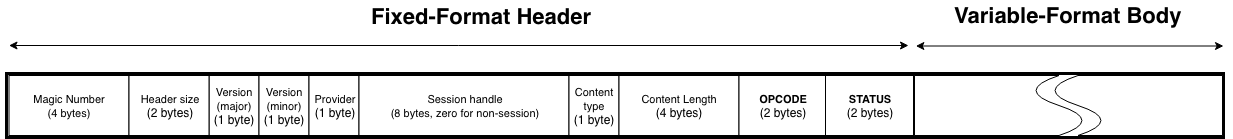
This is src/parsec_client/diagrams/wire_response.png from parallaxsecond/parsec-book, a draw.io export, as it was before one commit. Source tidied: cells renumbered, new cells last; positions are measured from the earlier drawing's top-left corner, leaving out a move shared by most shapes.
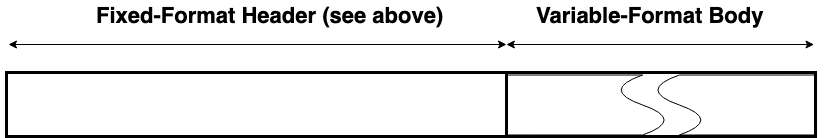
The same file after the commit.

Commit message:
Book updates for recent wire protocol header format change.

The edit, as a diff of the source:
```diff
@@ -2,68 +2,38 @@
   <root>
     <mxCell id="0" />
     <mxCell id="1" parent="0" />
-    <mxCell id="2" style="rounded=0;whiteSpace=wrap;html=1;strokeWidth=3;shadow=0;rotation=0;" parent="1" vertex="1">
-      <mxGeometry y="73" width="908" height="64" as="geometry" />
-    </mxCell>
-    <mxCell id="3" value="&lt;font style=&quot;font-size: 11px&quot;&gt;Magic Number&lt;br&gt;(4 bytes)&lt;/font&gt;" style="rounded=0;whiteSpace=wrap;html=1;" parent="1" vertex="1">
-      <mxGeometry x="2.5" y="75" width="120" height="60" as="geometry" />
-    </mxCell>
-    <mxCell id="4" value="&lt;span style=&quot;font-size: 11px&quot;&gt;Version (major)&lt;br&gt;&lt;/span&gt;(1 byte)" style="rounded=0;whiteSpace=wrap;html=1;" parent="1" vertex="1">
-      <mxGeometry x="202.5" y="75" width="50" height="60" as="geometry" />
-    </mxCell>
-    <mxCell id="5" value="&lt;span style=&quot;font-size: 11px&quot;&gt;Version (minor)&lt;br&gt;&lt;/span&gt;(1 byte)" style="rounded=0;whiteSpace=wrap;html=1;" parent="1" vertex="1">
-      <mxGeometry x="252.5" y="75" width="50" height="60" as="geometry" />
-    </mxCell>
-    <mxCell id="6" value="&lt;span style=&quot;font-size: 11px&quot;&gt;Header size&lt;br&gt;&lt;/span&gt;(2 bytes)" style="rounded=0;whiteSpace=wrap;html=1;" parent="1" vertex="1">
-      <mxGeometry x="122.5" y="75" width="80" height="60" as="geometry" />
-    </mxCell>
-    <mxCell id="7" value="&lt;span style=&quot;font-size: 11px&quot;&gt;Provider&lt;br&gt;&lt;/span&gt;(1 byte)" style="rounded=0;whiteSpace=wrap;html=1;" parent="1" vertex="1">
-      <mxGeometry x="302.5" y="75" width="50" height="60" as="geometry" />
-    </mxCell>
-    <mxCell id="8" value="&lt;font style=&quot;font-size: 11px&quot;&gt;Session handle&lt;br&gt;(8 bytes, zero for non-session)&lt;br&gt;&lt;/font&gt;" style="rounded=0;whiteSpace=wrap;html=1;" parent="1" vertex="1">
-      <mxGeometry x="352.5" y="75" width="210" height="60" as="geometry" />
-    </mxCell>
-    <mxCell id="9" value="&lt;span style=&quot;font-size: 11px&quot;&gt;Content type&lt;br&gt;&lt;/span&gt;(1 byte)" style="rounded=0;whiteSpace=wrap;html=1;" parent="1" vertex="1">
-      <mxGeometry x="562.5" y="75" width="50" height="60" as="geometry" />
-    </mxCell>
-    <mxCell id="10" value="&lt;span style=&quot;font-size: 11px&quot;&gt;Content Length&lt;br&gt;&lt;/span&gt;(4 bytes)" style="rounded=0;whiteSpace=wrap;html=1;" parent="1" vertex="1">
-      <mxGeometry x="612.5" y="75" width="120" height="60" as="geometry" />
-    </mxCell>
-    <mxCell id="11" style="shape=document;whiteSpace=wrap;html=1;boundedLbl=1;rotation=90;" parent="1" vertex="1">
-      <mxGeometry x="1058" y="66.5" width="60" height="77" as="geometry" />
-    </mxCell>
-    <mxCell id="12" value="&lt;span style=&quot;font-size: 11px&quot;&gt;&lt;b&gt;OPCODE&lt;/b&gt;&lt;br&gt;&lt;/span&gt;(2 bytes)" style="rounded=0;whiteSpace=wrap;html=1;" parent="1" vertex="1">
-      <mxGeometry x="732.5" y="75" width="88" height="60" as="geometry" />
-    </mxCell>
-    <mxCell id="13" value="&lt;b&gt;&lt;font style=&quot;font-size: 22px&quot;&gt;Fixed-Format Header&lt;/font&gt;&lt;/b&gt;" style="text;html=1;align=left;verticalAlign=top;spacingTop=-4;" parent="1" vertex="1">
-      <mxGeometry x="362.5" y="1" width="240" height="20" as="geometry" />
-    </mxCell>
-    <mxCell id="14" style="endArrow=classic;startArrow=classic;html=1;" parent="1" edge="1">
-      <mxGeometry relative="1" as="geometry">
-        <mxPoint x="2.5" y="45" as="sourcePoint" />
-        <mxPoint x="902" y="45" as="targetPoint" />
-      </mxGeometry>
-    </mxCell>
-    <mxCell id="15" style="rounded=0;whiteSpace=wrap;html=1;strokeWidth=3;shadow=0;rotation=0;" parent="1" vertex="1">
-      <mxGeometry x="908" y="73" width="309" height="64" as="geometry" />
-    </mxCell>
-    <mxCell id="16" style="shape=document;whiteSpace=wrap;html=1;boundedLbl=1;rotation=-90;" parent="1" vertex="1">
-      <mxGeometry x="963" y="20" width="60" height="170" as="geometry" />
-    </mxCell>
-    <mxCell id="17" style="shape=document;whiteSpace=wrap;html=1;boundedLbl=1;rotation=90;" parent="1" vertex="1">
-      <mxGeometry x="1101" y="20" width="60" height="170" as="geometry" />
-    </mxCell>
-    <mxCell id="18" style="endArrow=classic;startArrow=classic;html=1;" parent="1" edge="1">
-      <mxGeometry relative="1" as="geometry">
-        <mxPoint x="909.4" y="45.5" as="sourcePoint" />
-        <mxPoint x="1217" y="45.5" as="targetPoint" />
-      </mxGeometry>
-    </mxCell>
+    <mxCell id="21" style="rounded=0;whiteSpace=wrap;html=1;strokeWidth=3;shadow=0;rotation=0;" parent="1" vertex="1">
+      <mxGeometry x="418.5" y="72" width="500" height="64" as="geometry" />
+    </mxCell>
+    <mxCell id="22" style="shape=document;whiteSpace=wrap;html=1;boundedLbl=1;rotation=90;" parent="1" vertex="1">
+      <mxGeometry x="1156" y="65.5" width="60" height="77" as="geometry" />
+    </mxCell>
+    <mxCell id="23" value="&lt;b&gt;&lt;font style=&quot;font-size: 22px&quot;&gt;Fixed-Format Header (see above)&lt;/font&gt;&lt;/b&gt;" style="text;html=1;align=left;verticalAlign=top;spacingTop=-4;" parent="1" vertex="1">
+      <mxGeometry x="506.5" width="360" height="20" as="geometry" />
+    </mxCell>
+    <mxCell id="24" style="endArrow=classic;startArrow=classic;html=1;" parent="1" edge="1">
+      <mxGeometry relative="1" as="geometry">
+        <mxPoint x="420.5" y="44" as="sourcePoint" />
+        <mxPoint x="918.5" y="44" as="targetPoint" />
+      </mxGeometry>
+    </mxCell>
+    <mxCell id="25" style="rounded=0;whiteSpace=wrap;html=1;strokeWidth=3;shadow=0;rotation=0;" parent="1" vertex="1">
+      <mxGeometry x="918.5" y="72" width="309" height="64" as="geometry" />
+    </mxCell>
+    <mxCell id="26" style="shape=document;whiteSpace=wrap;html=1;boundedLbl=1;rotation=-90;" parent="1" vertex="1">
+      <mxGeometry x="969" y="25" width="60" height="159" as="geometry" />
+    </mxCell>
+    <mxCell id="27" style="shape=document;whiteSpace=wrap;html=1;boundedLbl=1;rotation=90;" parent="1" vertex="1">
+      <mxGeometry x="1117" y="25" width="60" height="159" as="geometry" />
+    </mxCell>
+    <mxCell id="28" style="endArrow=classic;startArrow=classic;html=1;" parent="1" edge="1">
+      <mxGeometry relative="1" as="geometry">
+        <mxPoint x="918.4" y="44" as="sourcePoint" />
+        <mxPoint x="1226" y="44" as="targetPoint" />
+      </mxGeometry>
+    </mxCell>
     <mxCell id="19" value="&lt;b&gt;&lt;font style=&quot;font-size: 22px&quot;&gt;Variable-Format Body&lt;br&gt;&lt;/font&gt;&lt;/b&gt;" style="text;html=1;align=left;verticalAlign=top;spacingTop=-4;" parent="1" vertex="1">
       <mxGeometry x="946" width="240" height="20" as="geometry" />
     </mxCell>
-    <mxCell id="20" value="&lt;span style=&quot;font-size: 11px&quot;&gt;&lt;b&gt;STATUS&lt;/b&gt;&lt;br&gt;&lt;/span&gt;(2 bytes)" style="rounded=0;whiteSpace=wrap;html=1;" parent="1" vertex="1">
-      <mxGeometry x="819" y="75" width="88" height="60" as="geometry" />
-    </mxCell>
   </root>
 </mxGraphModel>
```
